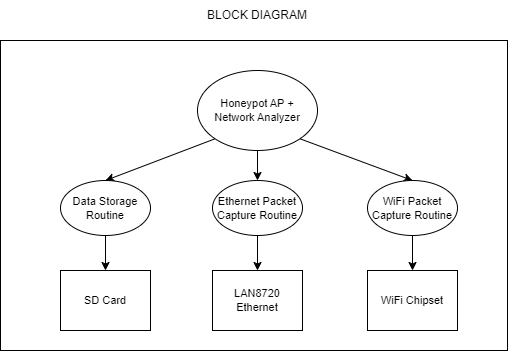
This is Block Diagram.png from TARZH3N/pico-team20, a draw.io export, as it was before one commit. Source tidied: cells renumbered, new cells last; positions are measured from the earlier drawing's top-left corner, leaving out a move shared by most shapes. Its diagram source:
```xml
<mxGraphModel>
  <root>
    <mxCell id="0" />
    <mxCell id="1" parent="0" />
    <mxCell id="2" style="rounded=0;whiteSpace=wrap;html=1;" parent="1" vertex="1">
      <mxGeometry y="40" width="507" height="310" as="geometry" />
    </mxCell>
    <mxCell id="3" value="BLOCK DIAGRAM" style="text;html=1;strokeColor=none;fillColor=none;align=center;verticalAlign=middle;whiteSpace=wrap;rounded=0;" parent="1" vertex="1">
      <mxGeometry x="197" width="120" height="30" as="geometry" />
    </mxCell>
    <mxCell id="4" style="rounded=0;jettySize=auto;html=1;entryX=0.5;entryY=0;entryDx=0;entryDy=0;exitX=0;exitY=1;exitDx=0;exitDy=0;fontSize=11;" parent="1" edge="1" source="7" target="12">
      <mxGeometry relative="1" as="geometry" />
    </mxCell>
    <mxCell id="5" style="rounded=0;jettySize=auto;html=1;exitX=0.5;exitY=1;exitDx=0;exitDy=0;entryX=0.5;entryY=0;entryDx=0;entryDy=0;fontSize=11;" parent="1" edge="1" source="7" target="14">
      <mxGeometry relative="1" as="geometry" />
    </mxCell>
    <mxCell id="6" style="rounded=0;jettySize=auto;html=1;exitX=1;exitY=1;exitDx=0;exitDy=0;entryX=0.5;entryY=0;entryDx=0;entryDy=0;fontSize=11;" parent="1" edge="1" source="7" target="16">
      <mxGeometry relative="1" as="geometry" />
    </mxCell>
    <mxCell id="7" value="Honeypot AP + &lt;br&gt;Network Analyzer" style="ellipse;whiteSpace=wrap;html=1;fontSize=11;" parent="1" vertex="1">
      <mxGeometry x="197" y="70" width="120" height="80" as="geometry" />
    </mxCell>
    <mxCell id="8" value="LAN8720 Ethernet" style="rounded=0;whiteSpace=wrap;html=1;fontSize=11;" parent="1" vertex="1">
      <mxGeometry x="212" y="270" width="90" height="60" as="geometry" />
    </mxCell>
    <mxCell id="9" value="SD Card" style="rounded=0;whiteSpace=wrap;html=1;fontSize=11;" parent="1" vertex="1">
      <mxGeometry x="60" y="270" width="90" height="60" as="geometry" />
    </mxCell>
    <mxCell id="10" value="WiFi Chipset" style="rounded=0;whiteSpace=wrap;html=1;fontSize=11;" parent="1" vertex="1">
      <mxGeometry x="367" y="270" width="90" height="60" as="geometry" />
    </mxCell>
    <mxCell id="11" style="edgeStyle=orthogonalEdgeStyle;rounded=0;jettySize=auto;html=1;exitX=0.5;exitY=1;exitDx=0;exitDy=0;entryX=0.5;entryY=0;entryDx=0;entryDy=0;fontSize=11;" parent="1" edge="1" source="12" target="9">
      <mxGeometry relative="1" as="geometry" />
    </mxCell>
    <mxCell id="12" value="&lt;font style=&quot;font-size: 11px;&quot;&gt;Data Storage Routine&lt;/font&gt;" style="ellipse;whiteSpace=wrap;html=1;fontSize=11;" parent="1" vertex="1">
      <mxGeometry x="60" y="180" width="90" height="55" as="geometry" />
    </mxCell>
    <mxCell id="13" style="edgeStyle=orthogonalEdgeStyle;rounded=0;jettySize=auto;html=1;exitX=0.5;exitY=1;exitDx=0;exitDy=0;entryX=0.5;entryY=0;entryDx=0;entryDy=0;fontSize=11;" parent="1" edge="1" source="14" target="8">
      <mxGeometry relative="1" as="geometry" />
    </mxCell>
    <mxCell id="14" value="&lt;font style=&quot;font-size: 11px;&quot;&gt;Ethernet Packet Capture Routine&lt;/font&gt;" style="ellipse;whiteSpace=wrap;html=1;fontSize=11;" parent="1" vertex="1">
      <mxGeometry x="212" y="180" width="90" height="55" as="geometry" />
    </mxCell>
    <mxCell id="15" style="edgeStyle=orthogonalEdgeStyle;rounded=0;jettySize=auto;html=1;exitX=0.5;exitY=1;exitDx=0;exitDy=0;entryX=0.5;entryY=0;entryDx=0;entryDy=0;fontSize=11;" parent="1" edge="1" source="16" target="10">
      <mxGeometry relative="1" as="geometry" />
    </mxCell>
    <mxCell id="16" value="WiFi Packet Capture Routine" style="ellipse;whiteSpace=wrap;html=1;fontSize=11;" parent="1" vertex="1">
      <mxGeometry x="367" y="180" width="90" height="55" as="geometry" />
    </mxCell>
  </root>
</mxGraphModel>
```
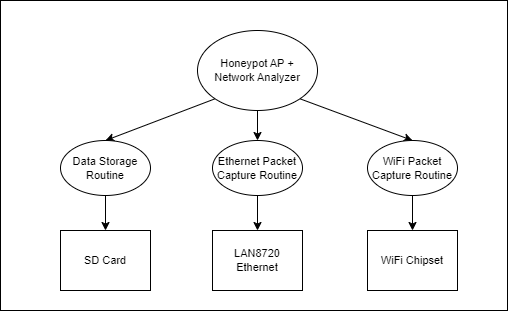
After the commit.

Commit message:
updated block diagram

Change to the diagram source:
```diff
@@ -5,9 +5,6 @@
     <mxCell id="2" style="rounded=0;whiteSpace=wrap;html=1;" parent="1" vertex="1">
       <mxGeometry y="40" width="507" height="310" as="geometry" />
     </mxCell>
-    <mxCell id="3" value="BLOCK DIAGRAM" style="text;html=1;strokeColor=none;fillColor=none;align=center;verticalAlign=middle;whiteSpace=wrap;rounded=0;" parent="1" vertex="1">
-      <mxGeometry x="197" width="120" height="30" as="geometry" />
-    </mxCell>
     <mxCell id="4" style="rounded=0;jettySize=auto;html=1;entryX=0.5;entryY=0;entryDx=0;entryDy=0;exitX=0;exitY=1;exitDx=0;exitDy=0;fontSize=11;" parent="1" edge="1" source="7" target="12">
       <mxGeometry relative="1" as="geometry" />
     </mxCell>
```
